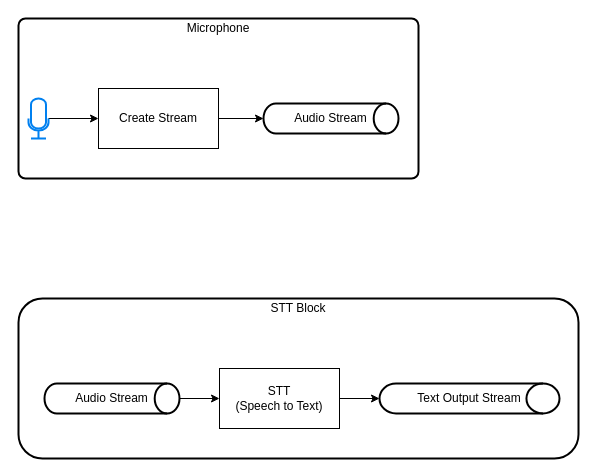
This is Speech to text.drawio from CorpDK/Drawing, a draw.io file, before an edit. Source tidied: cells renumbered, new cells numbered last; positions are measured from the earlier drawing's top-left corner, leaving out a move shared by most shapes. Both pictures are drawn from the tidied source at 100%, with x=0, y=0 at pixel (18, 18). Pictures stored in the file or linked from it are replaced by grey dashed boxes.
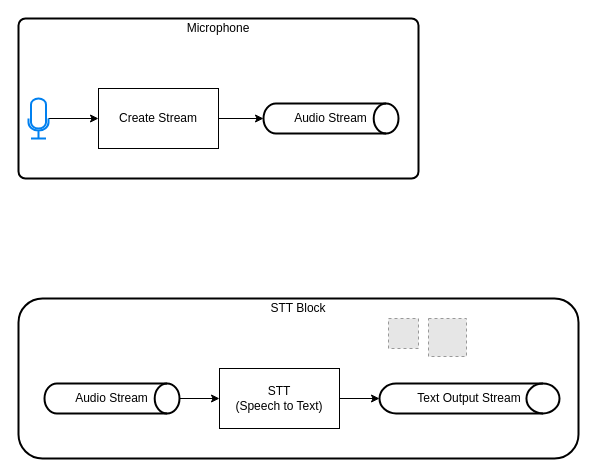
The same diagram, later.

Diff of the diagram source:
```diff
@@
 <mxGraphModel>
   <root>
     <mxCell id="0" />
     <mxCell id="1" parent="0" />
     <mxCell id="2" style="rounded=1;whiteSpace=wrap;html=1;strokeWidth=2;" parent="1" vertex="1">
       <mxGeometry y="280" width="560" height="160" as="geometry" />
     </mxCell>
     <mxCell id="3" style="rounded=1;whiteSpace=wrap;html=1;absoluteArcSize=1;arcSize=14;strokeWidth=2;" parent="1" vertex="1">
       <mxGeometry width="400" height="160" as="geometry" />
     </mxCell>
     <mxCell id="4" style="edgeStyle=orthogonalEdgeStyle;rounded=0;jettySize=auto;html=1;" parent="1" edge="1" source="5" target="7">
       <mxGeometry relative="1" as="geometry" />
     </mxCell>
     <mxCell id="5" style="html=1;verticalLabelPosition=bottom;align=center;labelBackgroundColor=#ffffff;verticalAlign=top;strokeWidth=2;strokeColor=#0080F0;shadow=0;dashed=0;shape=mxgraph.ios7.icons.microphone;" parent="1" vertex="1">
       <mxGeometry x="10" y="80" width="20" height="40" as="geometry" />
     </mxCell>
     <mxCell id="6" style="edgeStyle=orthogonalEdgeStyle;rounded=0;jettySize=auto;html=1;" parent="1" edge="1" source="7" target="8">
       <mxGeometry relative="1" as="geometry" />
     </mxCell>
     <mxCell id="7" value="Create Stream" style="rounded=0;whiteSpace=wrap;html=1;" parent="1" vertex="1">
       <mxGeometry x="80" y="70" width="120" height="60" as="geometry" />
     </mxCell>
     <mxCell id="8" value="Audio Stream" style="strokeWidth=2;html=1;shape=mxgraph.flowchart.direct_data;whiteSpace=wrap;labelPosition=center;verticalLabelPosition=middle;align=center;verticalAlign=middle;" parent="1" vertex="1">
       <mxGeometry x="245" y="85" width="135" height="30" as="geometry" />
     </mxCell>
     <mxCell id="9" value="Microphone" style="text;html=1;strokeColor=none;fillColor=none;align=center;verticalAlign=middle;whiteSpace=wrap;rounded=0;" parent="1" vertex="1">
       <mxGeometry width="400" height="20" as="geometry" />
     </mxCell>
     <mxCell id="10" value="Text Output Stream" style="strokeWidth=2;html=1;shape=mxgraph.flowchart.direct_data;whiteSpace=wrap;labelPosition=center;verticalLabelPosition=middle;align=center;verticalAlign=middle;" parent="1" vertex="1">
       <mxGeometry x="361" y="365" width="180" height="30" as="geometry" />
     </mxCell>
     <mxCell id="11" style="edgeStyle=orthogonalEdgeStyle;rounded=0;jettySize=auto;html=1;entryX=0;entryY=0.5;entryDx=0;entryDy=0;" parent="1" edge="1" source="12" target="14">
       <mxGeometry relative="1" as="geometry" />
     </mxCell>
     <mxCell id="12" value="Audio Stream" style="strokeWidth=2;html=1;shape=mxgraph.flowchart.direct_data;whiteSpace=wrap;labelPosition=center;verticalLabelPosition=middle;align=center;verticalAlign=middle;" parent="1" vertex="1">
       <mxGeometry x="26" y="365" width="135" height="30" as="geometry" />
     </mxCell>
     <mxCell id="13" style="edgeStyle=orthogonalEdgeStyle;rounded=0;jettySize=auto;html=1;entryX=0;entryY=0.5;entryDx=0;entryDy=0;entryPerimeter=0;" parent="1" edge="1" source="14" target="10">
       <mxGeometry relative="1" as="geometry" />
     </mxCell>
     <mxCell id="14" value="STT&lt;br&gt;(Speech to Text)" style="rounded=0;whiteSpace=wrap;html=1;" parent="1" vertex="1">
       <mxGeometry x="201" y="350" width="120" height="60" as="geometry" />
     </mxCell>
     <mxCell id="15" value="STT Block" style="text;html=1;strokeColor=none;fillColor=none;align=center;verticalAlign=middle;whiteSpace=wrap;rounded=0;" parent="1" vertex="1">
       <mxGeometry y="280" width="560" height="20" as="geometry" />
     </mxCell>
+    <mxCell id="16" style="fillColor=#E6E6E6;strokeColor=#999999;dashed=1;html=1;verticalAlign=top;verticalLabelPosition=bottom;labelBackgroundColor=#ffffff;" parent="1" vertex="1">
+      <mxGeometry x="410" y="300" width="38" height="38" as="geometry" />
+    </mxCell>
+    <mxCell id="17" style="fillColor=#E6E6E6;strokeColor=#999999;dashed=1;html=1;verticalAlign=top;verticalLabelPosition=bottom;labelBackgroundColor=#ffffff;fontColor=#FF0000;" parent="1" vertex="1">
+      <mxGeometry x="370" y="300" width="30" height="30" as="geometry" />
+    </mxCell>
   </root>
 </mxGraphModel>
```
